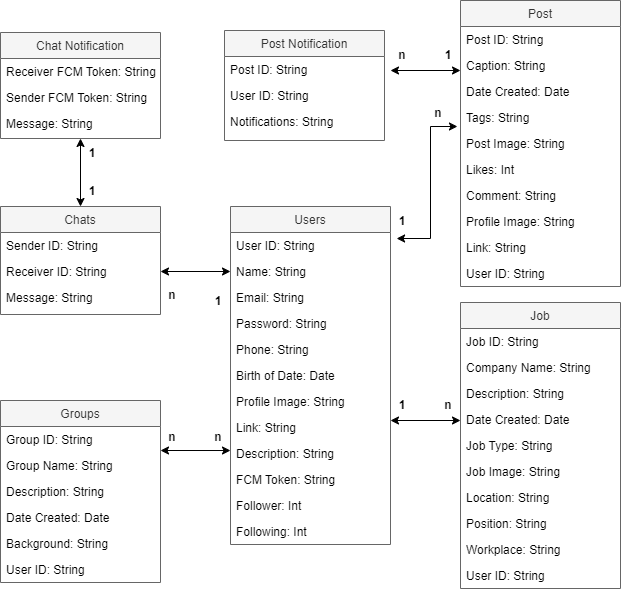
Earlier version of the draw.io export JobSharing Class Diagram.drawio.png (lil-dua/JobSharing). Source tidied: cells renumbered, new cells last; positions are measured from the earlier drawing's top-left corner, leaving out a move shared by most shapes.
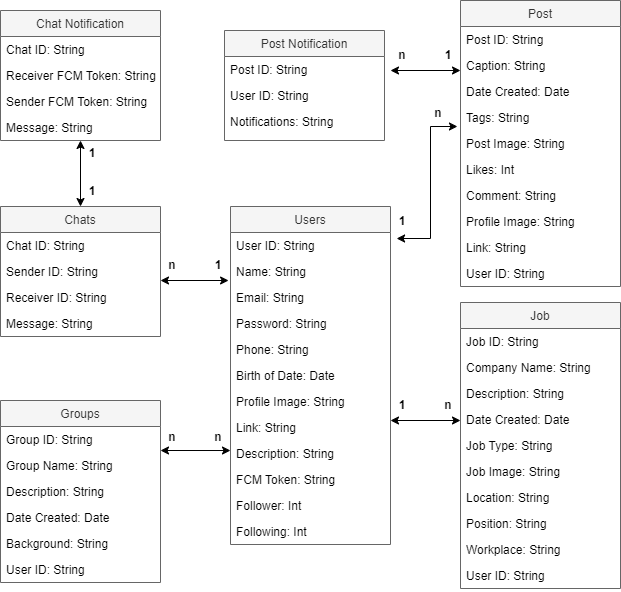
Above is the later version.

What changed in the source:
```diff
@@ -129,16 +129,19 @@
       <mxGeometry y="156" width="160" height="26" as="geometry" />
     </mxCell>
     <mxCell id="44" value="Chats" style="swimlane;fontStyle=0;align=center;verticalAlign=top;horizontal=1;startSize=26;rounded=0;shadow=0;strokeWidth=1;fillColor=#f5f5f5;fontColor=#333333;strokeColor=#666666;" parent="1" vertex="1">
-      <mxGeometry y="206" width="160" height="108" as="geometry" />
+      <mxGeometry y="206" width="160" height="130" as="geometry" />
     </mxCell>
+    <mxCell id="74" value="Chat ID: String" style="text;align=left;verticalAlign=top;spacingLeft=4;spacingRight=4;overflow=hidden;" parent="44" vertex="1">
+      <mxGeometry y="26" width="160" height="26" as="geometry" />
+    </mxCell>
     <mxCell id="45" value="Sender ID: String" style="text;align=left;verticalAlign=top;spacingLeft=4;spacingRight=4;overflow=hidden;" parent="44" vertex="1">
-      <mxGeometry y="26" width="160" height="26" as="geometry" />
+      <mxGeometry y="52" width="160" height="26" as="geometry" />
     </mxCell>
     <mxCell id="46" value="Receiver ID: String" style="text;align=left;verticalAlign=top;spacingLeft=4;spacingRight=4;overflow=hidden;points=[[0,0.5],[1,0.5]];portConstraint=eastwest;" parent="44" vertex="1">
-      <mxGeometry y="52" width="160" height="26" as="geometry" />
+      <mxGeometry y="78" width="160" height="26" as="geometry" />
     </mxCell>
     <mxCell id="47" value="Message: String" style="text;align=left;verticalAlign=top;spacingLeft=4;spacingRight=4;overflow=hidden;" parent="44" vertex="1">
-      <mxGeometry y="78" width="160" height="26" as="geometry" />
+      <mxGeometry y="104" width="160" height="26" as="geometry" />
     </mxCell>
     <mxCell id="48" value="&lt;b&gt;n&lt;/b&gt;" style="text;html=1;strokeColor=none;fillColor=none;align=center;verticalAlign=middle;whiteSpace=wrap;rounded=0;" parent="1" vertex="1">
       <mxGeometry x="160" y="422" width="24" height="30" as="geometry" />
@@ -187,26 +190,28 @@
         <mxPoint x="230" y="450" as="targetPoint" />
       </mxGeometry>
     </mxCell>
-    <mxCell id="61" style="endArrow=classic;startArrow=classic;html=1;rounded=0;exitX=1;exitY=0.5;exitDx=0;exitDy=0;entryX=0;entryY=0.5;entryDx=0;entryDy=0;" parent="1" edge="1" source="46" target="4">
-      <mxGeometry relative="1" as="geometry" />
+    <mxCell id="61" style="endArrow=classic;startArrow=classic;html=1;rounded=0;exitX=0;exitY=0;exitDx=0;exitDy=0;entryX=-0.012;entryY=0.846;entryDx=0;entryDy=0;entryPerimeter=0;" parent="1" edge="1" target="4">
+      <mxGeometry relative="1" as="geometry">
+        <mxPoint x="160" y="280" as="sourcePoint" />
+      </mxGeometry>
     </mxCell>
-    <mxCell id="62" value="&lt;b&gt;n&lt;/b&gt;" style="text;html=1;strokeColor=none;fillColor=none;align=center;verticalAlign=middle;whiteSpace=wrap;rounded=0;" parent="1" vertex="1">
-      <mxGeometry x="160" y="280" width="24" height="30" as="geometry" />
-    </mxCell>
     <mxCell id="63" value="&lt;b&gt;1&lt;/b&gt;" style="text;html=1;strokeColor=none;fillColor=none;align=center;verticalAlign=middle;whiteSpace=wrap;rounded=0;" parent="1" vertex="1">
-      <mxGeometry x="206" y="286" width="24" height="30" as="geometry" />
+      <mxGeometry x="206" y="250" width="24" height="30" as="geometry" />
     </mxCell>
     <mxCell id="64" value="Chat Notification" style="swimlane;fontStyle=0;align=center;verticalAlign=top;horizontal=1;startSize=26;rounded=0;shadow=0;strokeWidth=1;fillColor=#f5f5f5;fontColor=#333333;strokeColor=#666666;" parent="1" vertex="1">
-      <mxGeometry y="32" width="160" height="106" as="geometry" />
+      <mxGeometry y="10" width="160" height="130" as="geometry" />
     </mxCell>
+    <mxCell id="75" value="Chat ID: String" style="text;align=left;verticalAlign=top;spacingLeft=4;spacingRight=4;overflow=hidden;" parent="64" vertex="1">
+      <mxGeometry y="26" width="160" height="26" as="geometry" />
+    </mxCell>
     <mxCell id="65" value="Receiver FCM Token: String" style="text;align=left;verticalAlign=top;spacingLeft=4;spacingRight=4;overflow=hidden;" parent="64" vertex="1">
-      <mxGeometry y="26" width="160" height="26" as="geometry" />
+      <mxGeometry y="52" width="160" height="26" as="geometry" />
     </mxCell>
     <mxCell id="66" value="Sender FCM Token: String" style="text;align=left;verticalAlign=top;spacingLeft=4;spacingRight=4;overflow=hidden;" parent="64" vertex="1">
-      <mxGeometry y="52" width="160" height="26" as="geometry" />
+      <mxGeometry y="78" width="160" height="26" as="geometry" />
     </mxCell>
     <mxCell id="67" value="Message: String" style="text;align=left;verticalAlign=top;spacingLeft=4;spacingRight=4;overflow=hidden;" parent="64" vertex="1">
-      <mxGeometry y="78" width="160" height="26" as="geometry" />
+      <mxGeometry y="104" width="160" height="26" as="geometry" />
     </mxCell>
     <mxCell id="68" style="endArrow=classic;startArrow=classic;html=1;rounded=0;exitX=0.5;exitY=0;exitDx=0;exitDy=0;entryX=0.5;entryY=1;entryDx=0;entryDy=0;" parent="1" edge="1" source="44" target="64">
       <mxGeometry relative="1" as="geometry" />
@@ -229,5 +234,8 @@
     <mxCell id="73" value="&lt;b&gt;n&lt;/b&gt;" style="text;html=1;strokeColor=none;fillColor=none;align=center;verticalAlign=middle;whiteSpace=wrap;rounded=0;" parent="1" vertex="1">
       <mxGeometry x="390" y="40" width="24" height="30" as="geometry" />
     </mxCell>
+    <mxCell id="62" value="&lt;b&gt;n&lt;/b&gt;" style="text;html=1;strokeColor=none;fillColor=none;align=center;verticalAlign=middle;whiteSpace=wrap;rounded=0;" parent="1" vertex="1">
+      <mxGeometry x="160" y="250" width="24" height="30" as="geometry" />
+    </mxCell>
   </root>
 </mxGraphModel>
```
